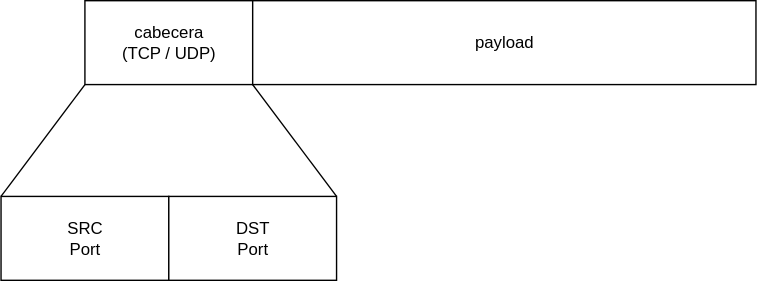
Before: DAW/DPL/T01/Assets/Diagrams/Exported/Segmento_-_Datagrama_de_Usuario.drawio.svg, a diagram exported from draw.io (FJrodafo/University). Source tidied: cells renumbered, new cells last; positions are measured from the earlier drawing's top-left corner, leaving out a move shared by most shapes.
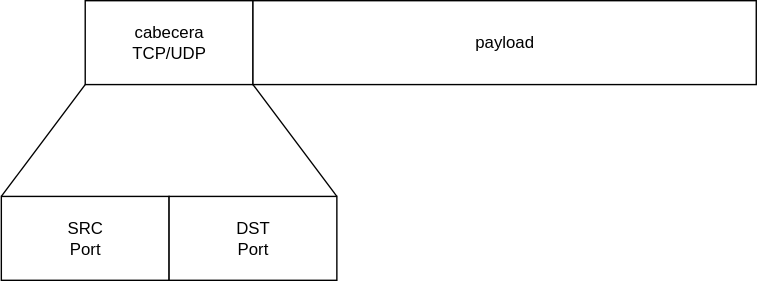
The same file after the commit.

What changed in the source:
```diff
@@ -2,25 +2,25 @@
   <root>
     <mxCell id="0" />
     <mxCell id="1" parent="0" />
-    <mxCell id="2" style="group;" parent="1" vertex="1">
-      <mxGeometry width="540" height="200" as="geometry" />
-    </mxCell>
-    <mxCell id="3" style="edgeStyle=none;curved=1;rounded=0;jettySize=auto;html=1;exitX=1;exitY=1;exitDx=0;exitDy=0;fontSize=12;startSize=8;endSize=8;entryX=1;entryY=0;entryDx=0;entryDy=0;endArrow=none;endFill=0;" parent="2" edge="1" source="5" target="8">
-      <mxGeometry relative="1" as="geometry" />
-    </mxCell>
-    <mxCell id="4" style="edgeStyle=none;curved=1;rounded=0;jettySize=auto;html=1;exitX=0;exitY=1;exitDx=0;exitDy=0;entryX=0;entryY=0;entryDx=0;entryDy=0;fontSize=12;startSize=8;endSize=8;endArrow=none;endFill=0;" parent="2" edge="1" source="5" target="7">
-      <mxGeometry relative="1" as="geometry" />
-    </mxCell>
-    <mxCell id="5" value="&lt;div&gt;cabecera&lt;/div&gt;&lt;div&gt;(TCP / UDP)&lt;/div&gt;" style="rounded=0;whiteSpace=wrap;html=1;" parent="2" vertex="1">
-      <mxGeometry x="60" width="120" height="60" as="geometry" />
-    </mxCell>
+    <mxCell id="9" style="group;" parent="1" vertex="1">
+      <mxGeometry y="1" width="540" height="200" as="geometry" />
+    </mxCell>
+    <mxCell id="10" style="edgeStyle=none;curved=1;rounded=0;jettySize=auto;html=1;exitX=1;exitY=1;exitDx=0;exitDy=0;fontSize=12;startSize=8;endSize=8;entryX=1;entryY=0;entryDx=0;entryDy=0;endArrow=none;endFill=0;" parent="9" edge="1" source="12" target="8">
+      <mxGeometry relative="1" as="geometry" />
+    </mxCell>
+    <mxCell id="11" style="edgeStyle=none;curved=1;rounded=0;jettySize=auto;html=1;exitX=0;exitY=1;exitDx=0;exitDy=0;entryX=0;entryY=0;entryDx=0;entryDy=0;fontSize=12;startSize=8;endSize=8;endArrow=none;endFill=0;" parent="9" edge="1" source="12" target="7">
+      <mxGeometry relative="1" as="geometry" />
+    </mxCell>
+    <mxCell id="12" value="&lt;div&gt;cabecera&lt;/div&gt;&lt;div&gt;TCP/UDP&lt;/div&gt;" style="rounded=0;whiteSpace=wrap;html=1;" parent="9" vertex="1">
+      <mxGeometry x="60" width="120" height="60" as="geometry" />
+    </mxCell>
-    <mxCell id="6" value="payload" style="rounded=0;whiteSpace=wrap;html=1;fontColor=light-dark(#000000,#FFFF00);" parent="2" vertex="1">
+    <mxCell id="6" value="payload" style="rounded=0;whiteSpace=wrap;html=1;fontColor=light-dark(#000000,#FFFF00);" parent="9" vertex="1">
       <mxGeometry x="180" width="360" height="60" as="geometry" />
     </mxCell>
-    <mxCell id="7" value="&lt;div&gt;SRC&lt;/div&gt;&lt;div&gt;Port&lt;/div&gt;" style="rounded=0;whiteSpace=wrap;html=1;fontColor=light-dark(#000000,#00FFFF);" parent="2" vertex="1">
+    <mxCell id="7" value="&lt;div&gt;SRC&lt;/div&gt;&lt;div&gt;Port&lt;/div&gt;" style="rounded=0;whiteSpace=wrap;html=1;fontColor=light-dark(#000000,#00FFFF);" parent="9" vertex="1">
       <mxGeometry y="140" width="120" height="60" as="geometry" />
     </mxCell>
-    <mxCell id="8" value="&lt;div&gt;DST&lt;/div&gt;&lt;div&gt;Port&lt;/div&gt;" style="rounded=0;whiteSpace=wrap;html=1;fontColor=light-dark(#000000,#FF00FF);" parent="2" vertex="1">
+    <mxCell id="8" value="&lt;div&gt;DST&lt;/div&gt;&lt;div&gt;Port&lt;/div&gt;" style="rounded=0;whiteSpace=wrap;html=1;fontColor=light-dark(#000000,#FF00FF);" parent="9" vertex="1">
       <mxGeometry x="120" y="140" width="120" height="60" as="geometry" />
     </mxCell>
   </root>
```
